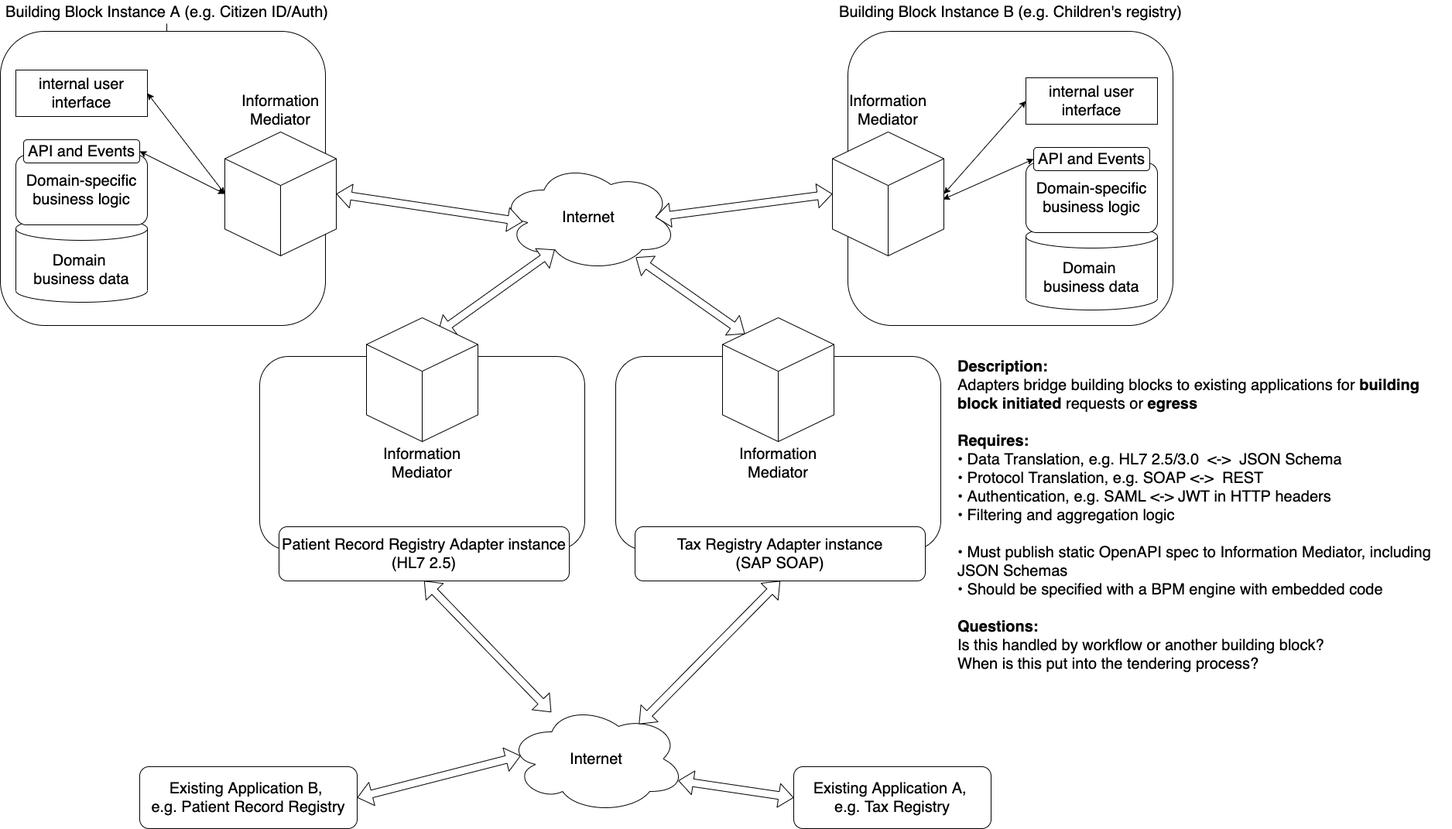
GovStackWorkingGroup/BuildingBlockAPI keeps this draw.io diagram as diagrams/adapters.png. Above is the earlier version. Source tidied: cells renumbered, new cells last; positions are measured from the earlier drawing's top-left corner, leaving out a move shared by most shapes.
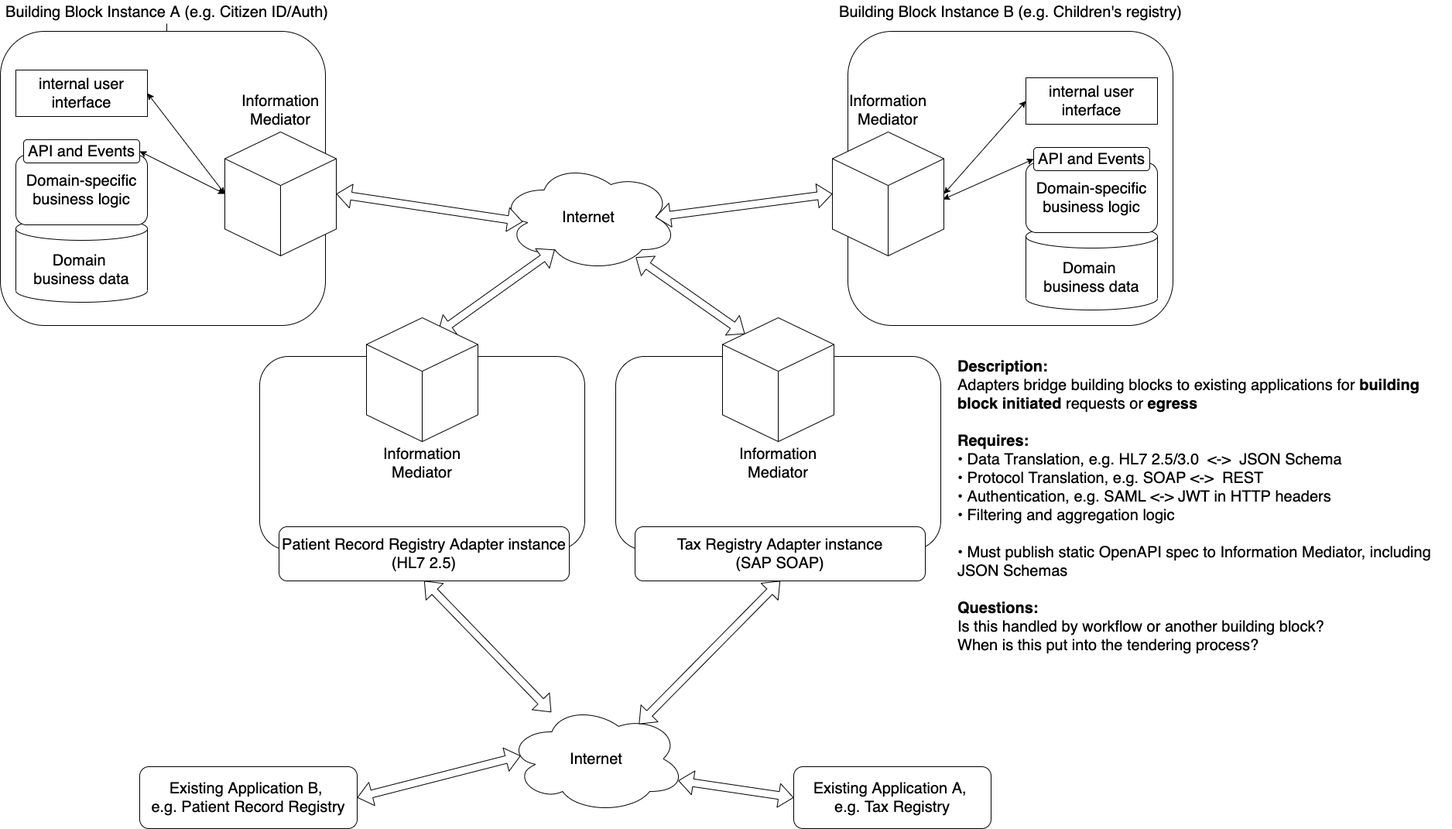
Above is the later version.

The edit, as a diff of the source:
```diff
@@ -133,7 +133,7 @@
     <mxCell id="44" value="Patient Record Registry Adapter instance&lt;br&gt;(HL7 2.5)" style="rounded=1;whiteSpace=wrap;html=1;fontSize=20;" parent="43" vertex="1">
       <mxGeometry width="375" height="70" as="geometry" />
     </mxCell>
-    <mxCell id="45" value="&lt;div&gt;&lt;font face=&quot;helvetica&quot;&gt;&lt;span style=&quot;font-size: 20px&quot;&gt;&lt;b&gt;Description:&lt;/b&gt;&lt;/span&gt;&lt;/font&gt;&lt;/div&gt;&lt;div&gt;&lt;font face=&quot;helvetica&quot;&gt;&lt;span style=&quot;font-size: 20px&quot;&gt;Adapters bridge building blocks to existing applications for &lt;b&gt;building block initiated&lt;/b&gt; requests or &lt;b&gt;egress&lt;/b&gt;&lt;/span&gt;&lt;/font&gt;&lt;/div&gt;&lt;div&gt;&lt;font face=&quot;helvetica&quot;&gt;&lt;span style=&quot;font-size: 20px&quot;&gt;&lt;b&gt;&lt;br&gt;&lt;/b&gt;&lt;/span&gt;&lt;/font&gt;&lt;/div&gt;&lt;div&gt;&lt;font face=&quot;helvetica&quot;&gt;&lt;span style=&quot;font-size: 20px&quot;&gt;&lt;b&gt;Requires:&lt;/b&gt;&lt;/span&gt;&lt;/font&gt;&lt;/div&gt;&lt;div&gt;&lt;span style=&quot;font-size: 20px&quot;&gt;&lt;font face=&quot;helvetica&quot;&gt;• Data Translation, e.g. HL7 2.5/3.0&amp;nbsp; &amp;lt;-&amp;gt;&amp;nbsp; JSON Schema&lt;/font&gt;&lt;/span&gt;&lt;/div&gt;&lt;div&gt;&lt;span style=&quot;font-size: 20px&quot;&gt;&lt;font face=&quot;helvetica&quot;&gt;• Protocol Translation, e.g. SOAP &amp;lt;-&amp;gt;&amp;nbsp; REST&lt;/font&gt;&lt;/span&gt;&lt;/div&gt;&lt;div&gt;&lt;span style=&quot;font-size: 20px&quot;&gt;&lt;font face=&quot;helvetica&quot;&gt;• Authentication, e.g. SAML &amp;lt;-&amp;gt; JWT in HTTP headers&lt;/font&gt;&lt;/span&gt;&lt;/div&gt;&lt;div&gt;&lt;span style=&quot;font-size: 20px&quot;&gt;&lt;font face=&quot;helvetica&quot;&gt;• Filtering and aggregation logic&lt;/font&gt;&lt;/span&gt;&lt;/div&gt;&lt;div&gt;&lt;/div&gt;&lt;span style=&quot;font-family: &amp;#34;helvetica&amp;#34; ; font-size: 20px&quot;&gt;&lt;br&gt;&lt;/span&gt;&lt;div&gt;&lt;span style=&quot;font-size: 20px&quot;&gt;&lt;font face=&quot;helvetica&quot;&gt;• Must publish static OpenAPI spec to Information Mediator, including JSON Schemas&lt;/font&gt;&lt;/span&gt;&lt;/div&gt;&lt;div&gt;&lt;span style=&quot;font-family: &amp;#34;helvetica&amp;#34; ; font-size: 20px&quot;&gt;•&amp;nbsp;&lt;/span&gt;&lt;span style=&quot;font-family: &amp;#34;helvetica&amp;#34; ; font-size: 20px&quot;&gt;Should be specified with a BPM engine with embedded code&lt;/span&gt;&lt;span style=&quot;font-size: 20px&quot;&gt;&lt;font face=&quot;helvetica&quot;&gt;&lt;br&gt;&lt;/font&gt;&lt;/span&gt;&lt;/div&gt;&lt;div&gt;&lt;span style=&quot;font-family: &amp;#34;helvetica&amp;#34; ; font-size: 20px&quot;&gt;&lt;br&gt;&lt;/span&gt;&lt;/div&gt;&lt;div&gt;&lt;span style=&quot;font-family: &amp;#34;helvetica&amp;#34; ; font-size: 20px&quot;&gt;&lt;b&gt;Questions:&lt;/b&gt;&lt;/span&gt;&lt;/div&gt;&lt;div&gt;&lt;span style=&quot;font-family: &amp;#34;helvetica&amp;#34; ; font-size: 20px&quot;&gt;Is this handled by workflow or another building block?&lt;/span&gt;&lt;/div&gt;&lt;div&gt;&lt;span style=&quot;font-family: &amp;#34;helvetica&amp;#34; ; font-size: 20px&quot;&gt;When is this put into the tendering process?&lt;/span&gt;&lt;/div&gt;" style="text;whiteSpace=wrap;html=1;align=left;" parent="1" vertex="1">
+    <mxCell id="45" value="&lt;div&gt;&lt;font face=&quot;helvetica&quot;&gt;&lt;span style=&quot;font-size: 20px&quot;&gt;&lt;b&gt;Description:&lt;/b&gt;&lt;/span&gt;&lt;/font&gt;&lt;/div&gt;&lt;div&gt;&lt;font face=&quot;helvetica&quot;&gt;&lt;span style=&quot;font-size: 20px&quot;&gt;Adapters bridge building blocks to existing applications for &lt;b&gt;building block initiated&lt;/b&gt; requests or &lt;b&gt;egress&lt;/b&gt;&lt;/span&gt;&lt;/font&gt;&lt;/div&gt;&lt;div&gt;&lt;font face=&quot;helvetica&quot;&gt;&lt;span style=&quot;font-size: 20px&quot;&gt;&lt;b&gt;&lt;br&gt;&lt;/b&gt;&lt;/span&gt;&lt;/font&gt;&lt;/div&gt;&lt;div&gt;&lt;font face=&quot;helvetica&quot;&gt;&lt;span style=&quot;font-size: 20px&quot;&gt;&lt;b&gt;Requires:&lt;/b&gt;&lt;/span&gt;&lt;/font&gt;&lt;/div&gt;&lt;div&gt;&lt;span style=&quot;font-size: 20px&quot;&gt;&lt;font face=&quot;helvetica&quot;&gt;• Data Translation, e.g. HL7 2.5/3.0&amp;nbsp; &amp;lt;-&amp;gt;&amp;nbsp; JSON Schema&lt;/font&gt;&lt;/span&gt;&lt;/div&gt;&lt;div&gt;&lt;span style=&quot;font-size: 20px&quot;&gt;&lt;font face=&quot;helvetica&quot;&gt;• Protocol Translation, e.g. SOAP &amp;lt;-&amp;gt;&amp;nbsp; REST&lt;/font&gt;&lt;/span&gt;&lt;/div&gt;&lt;div&gt;&lt;span style=&quot;font-size: 20px&quot;&gt;&lt;font face=&quot;helvetica&quot;&gt;• Authentication, e.g. SAML &amp;lt;-&amp;gt; JWT in HTTP headers&lt;/font&gt;&lt;/span&gt;&lt;/div&gt;&lt;div&gt;&lt;span style=&quot;font-size: 20px&quot;&gt;&lt;font face=&quot;helvetica&quot;&gt;• Filtering and aggregation logic&lt;/font&gt;&lt;/span&gt;&lt;/div&gt;&lt;div&gt;&lt;/div&gt;&lt;span style=&quot;font-family: &amp;#34;helvetica&amp;#34; ; font-size: 20px&quot;&gt;&lt;br&gt;&lt;/span&gt;&lt;div&gt;&lt;span style=&quot;font-size: 20px&quot;&gt;&lt;font face=&quot;helvetica&quot;&gt;• Must publish static OpenAPI spec to Information Mediator, including JSON Schemas&lt;/font&gt;&lt;/span&gt;&lt;/div&gt;&lt;div&gt;&lt;span style=&quot;font-family: &amp;#34;helvetica&amp;#34; ; font-size: 20px&quot;&gt;&lt;br&gt;&lt;/span&gt;&lt;/div&gt;&lt;div&gt;&lt;span style=&quot;font-family: &amp;#34;helvetica&amp;#34; ; font-size: 20px&quot;&gt;&lt;b&gt;Questions:&lt;/b&gt;&lt;/span&gt;&lt;/div&gt;&lt;div&gt;&lt;span style=&quot;font-family: &amp;#34;helvetica&amp;#34; ; font-size: 20px&quot;&gt;Is this handled by workflow or another building block?&lt;/span&gt;&lt;/div&gt;&lt;div&gt;&lt;span style=&quot;font-family: &amp;#34;helvetica&amp;#34; ; font-size: 20px&quot;&gt;When is this put into the tendering process?&lt;/span&gt;&lt;/div&gt;" style="text;whiteSpace=wrap;html=1;align=left;" parent="1" vertex="1">
       <mxGeometry x="1235" y="455" width="640" height="405" as="geometry" />
     </mxCell>
     <mxCell id="46" value="&lt;font style=&quot;font-size: 20px&quot;&gt;Existing Application B, &lt;br&gt;e.g. Patient Record Registry&lt;/font&gt;" style="rounded=1;whiteSpace=wrap;html=1;" parent="1" vertex="1">
```
